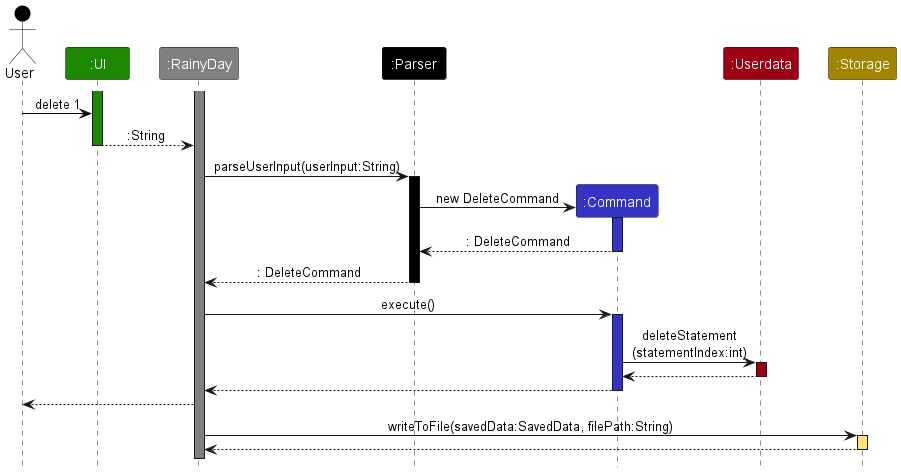
This is docs/images/DeveloperGuide/ArchitectureSequence.png from nus-cs2113-AY2223S2/tp, a PlantUML export, as it was before one commit.
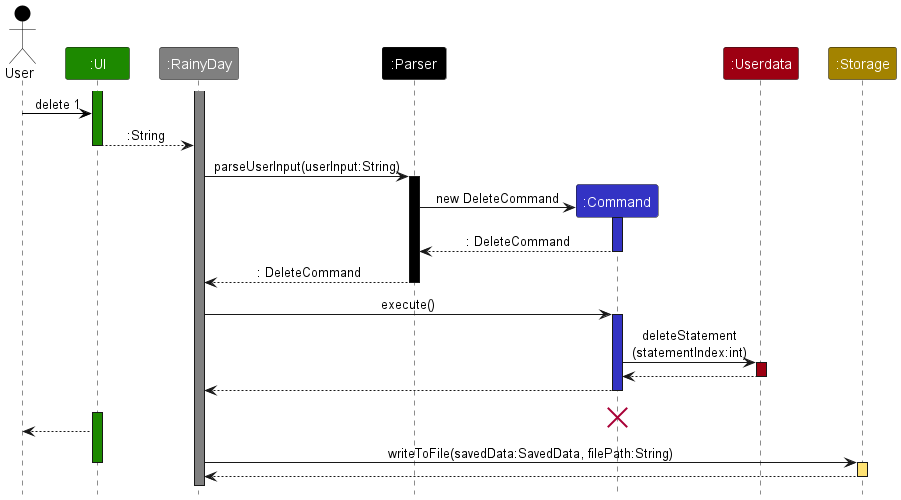
Above is the later version.

What changed in the source:
```diff
@@ -36,10 +36,13 @@
 deactivate userdata
 command --> main
 deactivate command
+command <-[hidden]- command
+destroy command
 
-main --> user
-
+activate ui UI_COLOR
+ui --> user
 main -> storage : writeToFile(savedData:SavedData, filePath:String)
+deactivate ui
 activate storage STORAGE_COLOR_T1
 storage --> main
 deactivate storage
```
